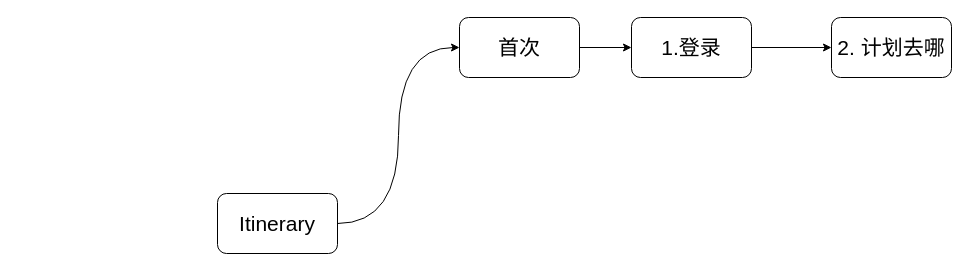
Before: itinerary_app.drawio in boneanxs/drawIo, a draw.io diagram. Source tidied: cells renumbered, new cells numbered last; positions are measured from the earlier drawing's top-left corner, leaving out a move shared by most shapes. Both pictures are drawn from the tidied source at 100%, with x=0, y=0 at pixel (217, 17).
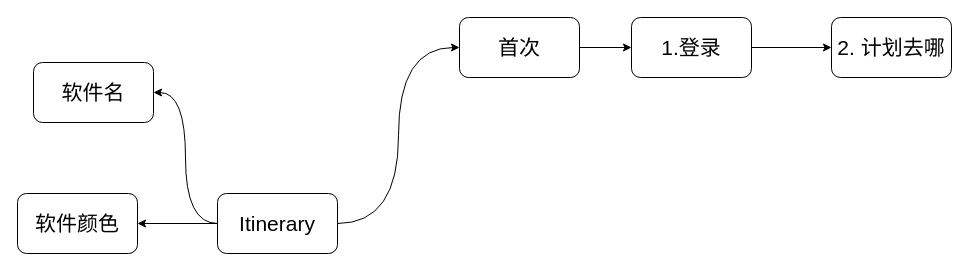
The same diagram, later.

Diff of the diagram source:
```diff
@@
 <mxGraphModel>
   <root>
     <mxCell id="0" />
     <mxCell id="1" parent="0" />
     <mxCell id="2" style="edgeStyle=orthogonalEdgeStyle;rounded=0;jettySize=auto;html=1;curved=1;entryX=0;entryY=0.5;entryDx=0;entryDy=0;" parent="1" edge="1" source="3" target="5">
       <mxGeometry relative="1" as="geometry" />
     </mxCell>
+    <mxCell id="9" style="edgeStyle=orthogonalEdgeStyle;rounded=0;jettySize=auto;html=1;entryX=1;entryY=0.5;entryDx=0;entryDy=0;curved=1;" parent="1" edge="1" source="3" target="11">
+      <mxGeometry relative="1" as="geometry" />
+    </mxCell>
+    <mxCell id="10" style="edgeStyle=orthogonalEdgeStyle;rounded=0;jettySize=auto;html=1;" parent="1" edge="1" source="3" target="12">
+      <mxGeometry relative="1" as="geometry" />
+    </mxCell>
     <mxCell id="3" value="Itinerary" style="rounded=1;whiteSpace=wrap;html=1;fontSize=21;" parent="1" vertex="1">
       <mxGeometry y="176" width="120" height="60" as="geometry" />
     </mxCell>
     <mxCell id="4" style="edgeStyle=orthogonalEdgeStyle;rounded=0;jettySize=auto;html=1;" parent="1" edge="1" source="5" target="7">
       <mxGeometry relative="1" as="geometry" />
     </mxCell>
     <mxCell id="5" value="首次" style="whiteSpace=wrap;html=1;fontSize=21;rounded=1;" parent="1" vertex="1">
       <mxGeometry x="242" width="120" height="60" as="geometry" />
     </mxCell>
     <mxCell id="6" style="edgeStyle=orthogonalEdgeStyle;rounded=0;jettySize=auto;html=1;" parent="1" edge="1" source="7" target="8">
       <mxGeometry relative="1" as="geometry" />
     </mxCell>
     <mxCell id="7" value="1.登录" style="whiteSpace=wrap;html=1;fontSize=21;rounded=1;" parent="1" vertex="1">
       <mxGeometry x="414" width="120" height="60" as="geometry" />
     </mxCell>
     <mxCell id="8" value="2. 计划去哪" style="whiteSpace=wrap;html=1;fontSize=21;rounded=1;" parent="1" vertex="1">
       <mxGeometry x="614" width="120" height="60" as="geometry" />
     </mxCell>
+    <mxCell id="11" value="软件名" style="whiteSpace=wrap;html=1;fontSize=21;rounded=1;" parent="1" vertex="1">
+      <mxGeometry x="-184" y="45" width="120" height="60" as="geometry" />
+    </mxCell>
+    <mxCell id="12" value="软件颜色" style="whiteSpace=wrap;html=1;fontSize=21;rounded=1;" parent="1" vertex="1">
+      <mxGeometry x="-200" y="176" width="120" height="60" as="geometry" />
+    </mxCell>
   </root>
 </mxGraphModel>
```
